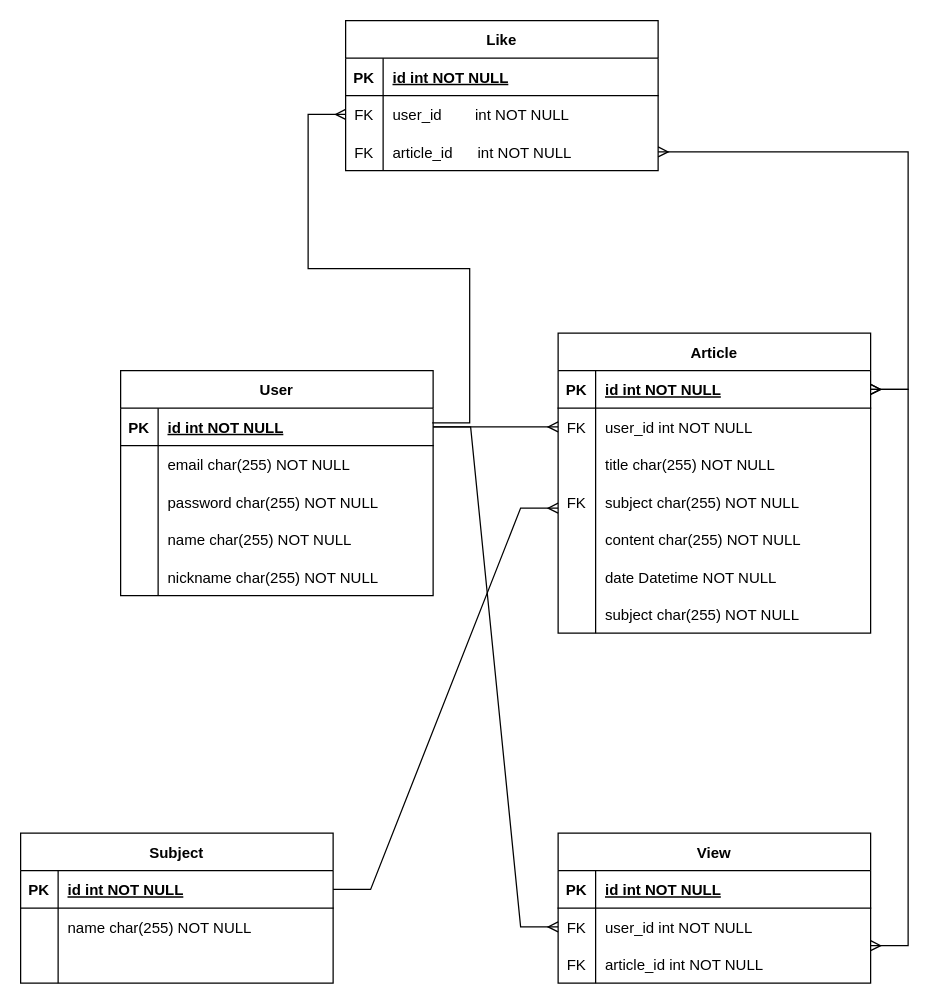
The draw.io diagram documentations/ERD-smarticle.drawio in redhat-beyond/Smarticle, before the edit. Source tidied: cells renumbered, new cells numbered last; positions are measured from the earlier drawing's top-left corner, leaving out a move shared by most shapes. Both pictures are drawn from the tidied source at 125%, with x=0, y=0 at pixel (20, 20).
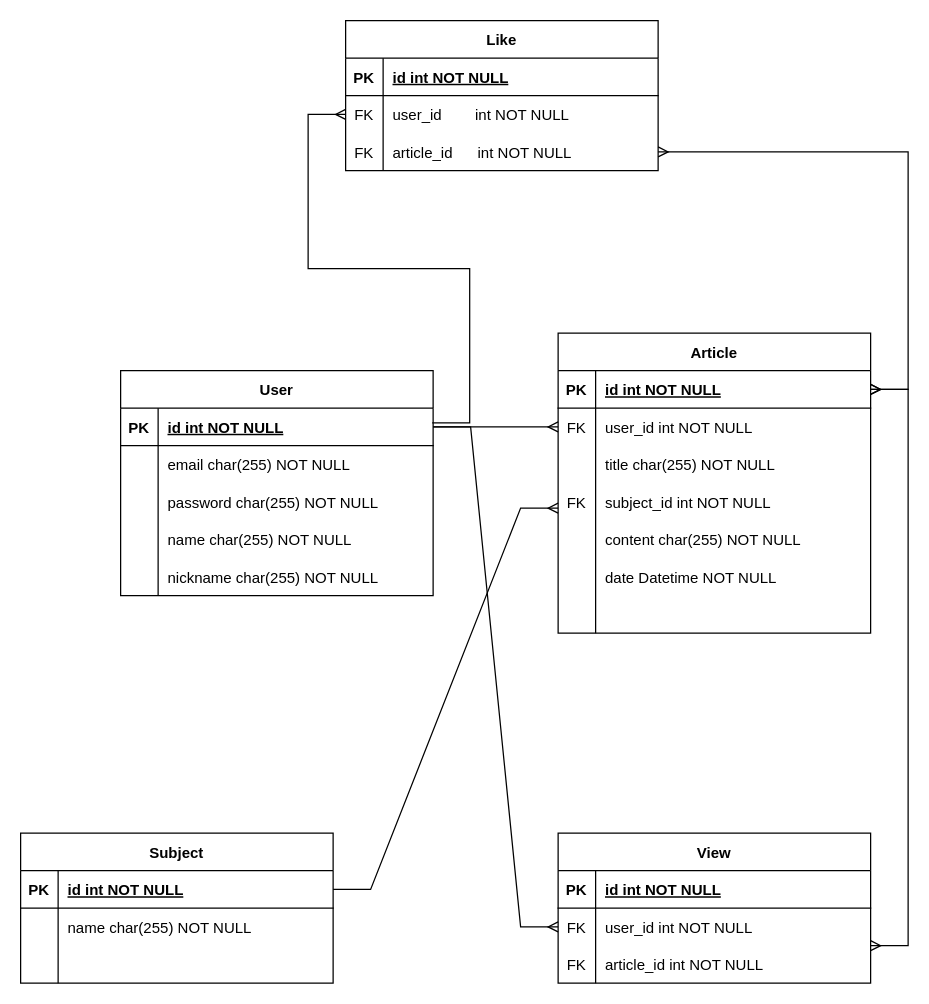
The same page after the edit.

The change refers to these unchanged cells:
```xml
<mxCell id="12" style="shape=tableRow;horizontal=0;startSize=0;swimlaneHead=0;swimlaneBody=0;fillColor=none;top=0;left=0;right=0;bottom=0;" parent="2" vertex="1">
  <mxGeometry y="120" width="250" height="30" as="geometry" />
</mxCell>
<mxCell id="21" style="shape=tableRow;horizontal=0;startSize=0;swimlaneHead=0;swimlaneBody=0;fillColor=none;top=0;left=0;right=0;bottom=0;" parent="2" vertex="1">
  <mxGeometry y="210" width="250" height="30" as="geometry" />
</mxCell>
```

The edit, as a diff of the source:
```diff
@@
-    <mxCell id="14" value="subject char(255) NOT NULL" style="shape=partialRectangle;fillColor=none;top=0;left=0;bottom=0;right=0;align=left;spacingLeft=6;fontStyle=0;overflow=hidden;" parent="12" vertex="1">
+    <mxCell id="14" value="subject_id int NOT NULL" style="shape=partialRectangle;fillColor=none;top=0;left=0;bottom=0;right=0;align=left;spacingLeft=6;fontStyle=0;overflow=hidden;" parent="12" vertex="1">
       <mxGeometry x="30" width="220" height="30" as="geometry" />
     </mxCell>
@@
-    <mxCell id="23" value="subject char(255) NOT NULL" style="shape=partialRectangle;fillColor=none;top=0;left=0;bottom=0;right=0;align=left;spacingLeft=6;overflow=hidden;" parent="21" vertex="1">
+    <mxCell id="23" style="shape=partialRectangle;fillColor=none;top=0;left=0;bottom=0;right=0;align=left;spacingLeft=6;overflow=hidden;" parent="21" vertex="1">
       <mxGeometry x="30" width="220" height="30" as="geometry" />
     </mxCell>
```
